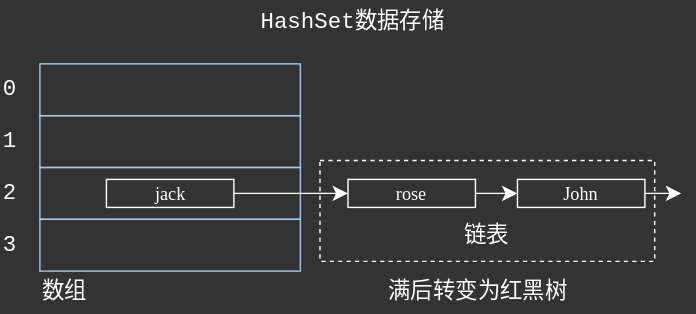
This is drawio/HashSetSrcTable.svg from Stolorzs/Picgo, a draw.io export, as it was before one commit. Source tidied: cells renumbered, new cells last; positions are measured from the earlier drawing's top-left corner, leaving out a move shared by most shapes.
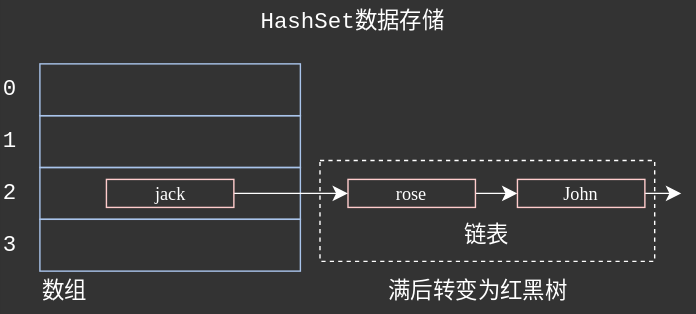
After the commit.

The edit, as a diff of the source:
```diff
@@ -41,7 +41,7 @@
     <mxCell id="14" style="edgeStyle=orthogonalEdgeStyle;rounded=0;jettySize=auto;html=1;entryX=0;entryY=0.5;entryDx=0;entryDy=0;strokeColor=#FFFFFF;align=center;verticalAlign=middle;fontFamily=Helvetica;fontSize=12;fontColor=default;labelBackgroundColor=default;startSize=8;endArrow=classic;endSize=8;" parent="1" edge="1" source="15" target="19">
       <mxGeometry relative="1" as="geometry" />
     </mxCell>
-    <mxCell id="15" value="rose" style="whiteSpace=wrap;html=1;fontFamily=Times New Roman;fontSize=13;fontColor=#FFFFFF;labelBackgroundColor=none;strokeColor=#FFFFFF;fillColor=none;" parent="1" vertex="1">
+    <mxCell id="15" value="rose" style="whiteSpace=wrap;html=1;fontFamily=Times New Roman;fontSize=13;fontColor=#FFFFFF;labelBackgroundColor=none;strokeColor=#FFCCCC;fillColor=none;align=center;verticalAlign=middle;" parent="1" vertex="1">
       <mxGeometry x="248" y="127.5" width="91" height="20" as="geometry" />
     </mxCell>
     <mxCell id="16" style="edgeStyle=orthogonalEdgeStyle;rounded=0;jettySize=auto;html=1;entryX=0;entryY=0.5;entryDx=0;entryDy=0;strokeColor=#FFFFFF;align=center;verticalAlign=middle;fontFamily=Helvetica;fontSize=12;fontColor=default;labelBackgroundColor=default;startSize=8;endArrow=classic;endSize=8;" parent="1" edge="1" source="17" target="15">
@@ -52,7 +52,7 @@
         </Array>
       </mxGeometry>
     </mxCell>
-    <mxCell id="17" value="jack" style="whiteSpace=wrap;html=1;fontFamily=Times New Roman;fontSize=13;fontColor=#FFFFFF;labelBackgroundColor=none;strokeColor=#FFFFFF;fillColor=none;" parent="1" vertex="1">
+    <mxCell id="17" value="jack" style="whiteSpace=wrap;html=1;fontFamily=Times New Roman;fontSize=13;fontColor=#FFFFFF;labelBackgroundColor=none;strokeColor=#FFCCCC;fillColor=none;" parent="1" vertex="1">
       <mxGeometry x="75.5" y="127.5" width="91" height="20" as="geometry" />
     </mxCell>
     <mxCell id="18" style="edgeStyle=orthogonalEdgeStyle;rounded=0;jettySize=auto;html=1;strokeColor=#FFFFFF;align=center;verticalAlign=middle;fontFamily=Helvetica;fontSize=12;fontColor=default;labelBackgroundColor=default;startSize=8;endArrow=classic;endSize=8;" parent="1" edge="1" source="19">
@@ -60,7 +60,7 @@
         <mxPoint x="486" y="137.5" as="targetPoint" />
       </mxGeometry>
     </mxCell>
-    <mxCell id="19" value="John" style="whiteSpace=wrap;html=1;fontFamily=Times New Roman;fontSize=13;fontColor=#FFFFFF;labelBackgroundColor=none;strokeColor=#FFFFFF;fillColor=none;" parent="1" vertex="1">
+    <mxCell id="19" value="John" style="whiteSpace=wrap;html=1;fontFamily=Times New Roman;fontSize=13;fontColor=#FFFFFF;labelBackgroundColor=none;strokeColor=#FFCCCC;fillColor=none;align=center;verticalAlign=middle;" parent="1" vertex="1">
       <mxGeometry x="369" y="127.5" width="91" height="20" as="geometry" />
     </mxCell>
     <mxCell id="20" value="&lt;font size=&quot;3&quot; face=&quot;Courier New&quot; color=&quot;#ffffff&quot;&gt;&lt;span style=&quot;caret-color: rgb(255, 255, 255);&quot;&gt;满后转变为红黑树&lt;/span&gt;&lt;/font&gt;" style="text;html=1;align=left;verticalAlign=middle;strokeColor=none;fillColor=none;fontSize=12;fontFamily=Helvetica;fontColor=default;labelBackgroundColor=none;" parent="1" vertex="1">
```
